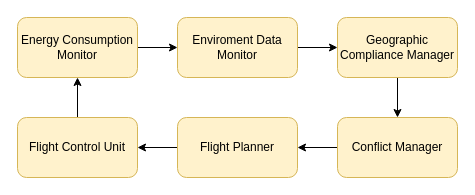
Before: page "chainResponsability" (10 of 10) of documentation/diagrams/diagram.drawio in alegil0206/AeroFlux, a draw.io diagram. Source tidied: cells renumbered, new cells numbered last; positions are measured from the earlier drawing's top-left corner, leaving out a move shared by most shapes. Both pictures are drawn from the tidied source at 100%, with x=0, y=0 at pixel (17, 17).
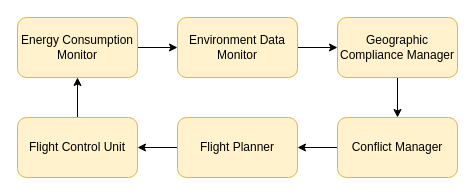
After the change.

What changed in the source:
```diff
@@
 <mxGraphModel>
   <root>
     <mxCell id="0" />
     <mxCell id="1" parent="0" />
     <mxCell id="2" style="edgeStyle=orthogonalEdgeStyle;rounded=0;jettySize=auto;html=1;" parent="1" edge="1" source="3" target="5">
       <mxGeometry relative="1" as="geometry" />
     </mxCell>
     <mxCell id="3" value="Energy Consumption Monitor" style="rounded=1;whiteSpace=wrap;html=1;fillColor=#fff2cc;strokeColor=#d6b656;" parent="1" vertex="1">
       <mxGeometry width="120" height="60" as="geometry" />
     </mxCell>
     <mxCell id="4" style="edgeStyle=orthogonalEdgeStyle;rounded=0;jettySize=auto;html=1;" parent="1" edge="1" source="5" target="7">
       <mxGeometry relative="1" as="geometry" />
     </mxCell>
-    <mxCell id="5" value="Enviroment Data Monitor" style="whiteSpace=wrap;html=1;rounded=1;fillColor=#fff2cc;strokeColor=#d6b656;" parent="1" vertex="1">
+    <mxCell id="5" value="Environment Data Monitor" style="whiteSpace=wrap;html=1;rounded=1;fillColor=#fff2cc;strokeColor=#d6b656;" parent="1" vertex="1">
       <mxGeometry x="160" width="120" height="60" as="geometry" />
     </mxCell>
     <mxCell id="6" style="edgeStyle=orthogonalEdgeStyle;rounded=0;jettySize=auto;html=1;" parent="1" edge="1" source="7" target="10">
       <mxGeometry relative="1" as="geometry" />
     </mxCell>
     <mxCell id="7" value="Geographic Compliance Manager" style="whiteSpace=wrap;html=1;rounded=1;fillColor=#fff2cc;strokeColor=#d6b656;" parent="1" vertex="1">
       <mxGeometry x="320" width="120" height="60" as="geometry" />
     </mxCell>
     <mxCell id="8" style="edgeStyle=orthogonalEdgeStyle;rounded=0;jettySize=auto;html=1;" parent="1" edge="1" source="13" target="12">
       <mxGeometry relative="1" as="geometry" />
     </mxCell>
     <mxCell id="9" style="edgeStyle=orthogonalEdgeStyle;rounded=0;jettySize=auto;html=1;" parent="1" edge="1" source="10" target="13">
       <mxGeometry relative="1" as="geometry" />
     </mxCell>
     <mxCell id="10" value="Conflict Manager" style="whiteSpace=wrap;html=1;rounded=1;fillColor=#fff2cc;strokeColor=#d6b656;" parent="1" vertex="1">
       <mxGeometry x="320" y="100" width="120" height="60" as="geometry" />
     </mxCell>
     <mxCell id="11" style="edgeStyle=orthogonalEdgeStyle;rounded=0;jettySize=auto;html=1;" parent="1" edge="1" source="12" target="3">
       <mxGeometry relative="1" as="geometry" />
     </mxCell>
     <mxCell id="12" value="Flight Control Unit" style="whiteSpace=wrap;html=1;rounded=1;fillColor=#fff2cc;strokeColor=#d6b656;" parent="1" vertex="1">
       <mxGeometry y="100" width="120" height="60" as="geometry" />
     </mxCell>
     <mxCell id="13" value="Flight Planner" style="whiteSpace=wrap;html=1;rounded=1;fillColor=#fff2cc;strokeColor=#d6b656;" parent="1" vertex="1">
       <mxGeometry x="160" y="100" width="120" height="60" as="geometry" />
     </mxCell>
   </root>
 </mxGraphModel>
```
